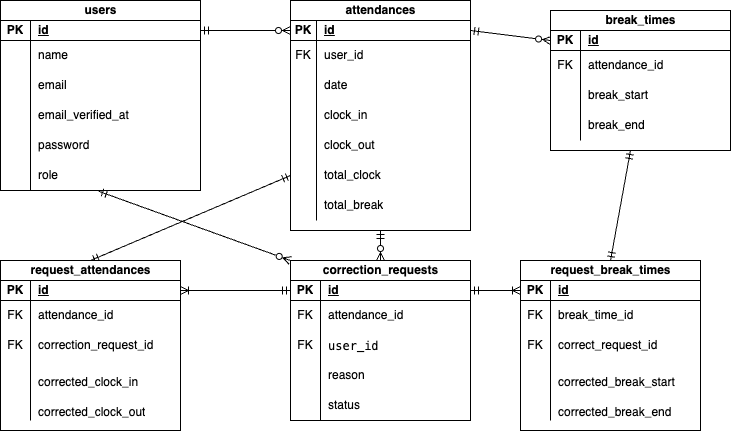
The draw.io diagram mogi2.drawio.png in riku37-create/miyaharariku-mogi2, before a commit. Source tidied: cells renumbered, new cells last; positions are measured from the earlier drawing's top-left corner, leaving out a move shared by most shapes.
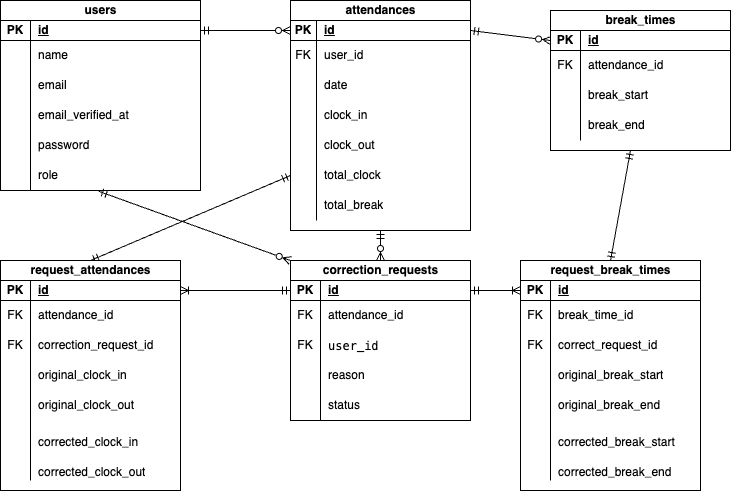
Above is the later version.

Diff of the diagram source:
```diff
@@ -221,7 +221,7 @@
     <mxCell id="74" style="edgeStyle=none;html=1;exitX=0.5;exitY=1;exitDx=0;exitDy=0;entryX=0.5;entryY=0;entryDx=0;entryDy=0;startArrow=ERmandOne;startFill=0;endArrow=ERzeroToMany;endFill=0;" parent="1" edge="1" source="37" target="2">
       <mxGeometry relative="1" as="geometry" />
     </mxCell>
-    <mxCell id="75" style="edgeStyle=none;html=1;exitX=0;exitY=0;exitDx=0;exitDy=0;entryX=0.491;entryY=1.026;entryDx=0;entryDy=0;entryPerimeter=0;startArrow=ERzeroToMany;startFill=0;endArrow=ERmandOne;endFill=0;" parent="1" edge="1" source="2" target="34">
+    <mxCell id="75" style="edgeStyle=none;html=1;entryX=0.491;entryY=1.026;entryDx=0;entryDy=0;entryPerimeter=0;startArrow=ERzeroToMany;startFill=0;endArrow=ERmandOne;endFill=0;exitX=0;exitY=0;exitDx=0;exitDy=0;" parent="1" edge="1" source="2" target="34">
       <mxGeometry relative="1" as="geometry" />
     </mxCell>
     <mxCell id="76" style="edgeStyle=none;html=1;exitX=0.5;exitY=0;exitDx=0;exitDy=0;startArrow=ERmandOne;startFill=0;endArrow=ERmandOne;endFill=0;" parent="1" edge="1" source="77">
@@ -230,7 +230,7 @@
       </mxGeometry>
     </mxCell>
     <mxCell id="77" value="request_break_times" style="shape=table;startSize=20;rowLines=0;fontStyle=1;align=center;html=1;" parent="1" vertex="1">
-      <mxGeometry x="520" y="260" width="180" height="170" as="geometry" />
+      <mxGeometry x="520" y="260" width="180" height="230" as="geometry" />
     </mxCell>
     <mxCell id="78" style="shape=tableRow;horizontal=0;startSize=0;swimlaneHead=0;swimlaneBody=0;fillColor=none;points=[[0,0.5],[1,0.5]];portConstraint=eastwest;top=0;left=0;right=0;bottom=1;" parent="77" vertex="1">
       <mxGeometry y="20" width="180" height="20" as="geometry" />
@@ -259,8 +259,26 @@
     <mxCell id="86" value="correct_request_id" style="shape=partialRectangle;fillColor=none;top=0;left=0;bottom=0;right=0;align=left;spacingLeft=6;overflow=hidden;whiteSpace=wrap;html=1;" parent="84" vertex="1">
       <mxGeometry x="30" width="150" height="30" as="geometry" />
     </mxCell>
+    <mxCell id="112" style="shape=tableRow;horizontal=0;startSize=0;swimlaneHead=0;swimlaneBody=0;fillColor=none;top=0;left=0;right=0;bottom=0;" parent="77" vertex="1">
+      <mxGeometry y="100" width="180" height="30" as="geometry" />
+    </mxCell>
+    <mxCell id="113" style="shape=partialRectangle;fillColor=none;top=0;left=0;bottom=0;right=0;overflow=hidden;whiteSpace=wrap;html=1;" parent="112" vertex="1">
+      <mxGeometry width="30" height="30" as="geometry" />
+    </mxCell>
+    <mxCell id="114" value="original_break_start" style="shape=partialRectangle;fillColor=none;top=0;left=0;bottom=0;right=0;align=left;spacingLeft=6;overflow=hidden;whiteSpace=wrap;html=1;" parent="112" vertex="1">
+      <mxGeometry x="30" width="150" height="30" as="geometry" />
+    </mxCell>
+    <mxCell id="115" style="shape=tableRow;horizontal=0;startSize=0;swimlaneHead=0;swimlaneBody=0;fillColor=none;top=0;left=0;right=0;bottom=0;" parent="77" vertex="1">
+      <mxGeometry y="130" width="180" height="30" as="geometry" />
+    </mxCell>
+    <mxCell id="116" style="shape=partialRectangle;fillColor=none;top=0;left=0;bottom=0;right=0;overflow=hidden;whiteSpace=wrap;html=1;" parent="115" vertex="1">
+      <mxGeometry width="30" height="30" as="geometry" />
+    </mxCell>
+    <mxCell id="117" value="&lt;span style=&quot;color: rgb(0, 0, 0);&quot;&gt;original_break_end&lt;/span&gt;" style="shape=partialRectangle;fillColor=none;top=0;left=0;bottom=0;right=0;align=left;spacingLeft=6;overflow=hidden;whiteSpace=wrap;html=1;" parent="115" vertex="1">
+      <mxGeometry x="30" width="150" height="30" as="geometry" />
+    </mxCell>
     <mxCell id="87" style="shape=tableRow;horizontal=0;startSize=0;swimlaneHead=0;swimlaneBody=0;fillColor=none;top=0;left=0;right=0;bottom=0;" parent="77" vertex="1">
-      <mxGeometry y="100" width="180" height="30" as="geometry" />
+      <mxGeometry y="160" width="180" height="30" as="geometry" />
     </mxCell>
     <mxCell id="88" style="shape=partialRectangle;fillColor=none;top=0;left=0;bottom=0;right=0;overflow=hidden;whiteSpace=wrap;html=1;" parent="87" vertex="1">
       <mxGeometry width="30" height="30" as="geometry" />
@@ -269,7 +287,7 @@
       <mxGeometry x="30" width="150" height="30" as="geometry" />
     </mxCell>
     <mxCell id="90" style="shape=tableRow;horizontal=0;startSize=0;swimlaneHead=0;swimlaneBody=0;fillColor=none;top=0;left=0;right=0;bottom=0;" parent="77" vertex="1">
-      <mxGeometry y="130" width="180" height="30" as="geometry" />
+      <mxGeometry y="190" width="180" height="30" as="geometry" />
     </mxCell>
     <mxCell id="91" style="shape=partialRectangle;fillColor=none;top=0;left=0;bottom=0;right=0;overflow=hidden;whiteSpace=wrap;html=1;" parent="90" vertex="1">
       <mxGeometry width="30" height="30" as="geometry" />
@@ -281,7 +299,7 @@
       <mxGeometry relative="1" as="geometry" />
     </mxCell>
     <mxCell id="94" value="request_attendances" style="shape=table;startSize=20;rowLines=0;fontStyle=1;align=center;html=1;" parent="1" vertex="1">
-      <mxGeometry y="260" width="180" height="170" as="geometry" />
+      <mxGeometry y="260" width="180" height="230" as="geometry" />
     </mxCell>
     <mxCell id="95" style="shape=tableRow;horizontal=0;startSize=0;swimlaneHead=0;swimlaneBody=0;fillColor=none;points=[[0,0.5],[1,0.5]];portConstraint=eastwest;top=0;left=0;right=0;bottom=1;" parent="94" vertex="1">
       <mxGeometry y="20" width="180" height="20" as="geometry" />
@@ -310,8 +328,26 @@
     <mxCell id="103" value="correction_request_id" style="shape=partialRectangle;fillColor=none;top=0;left=0;bottom=0;right=0;align=left;spacingLeft=6;overflow=hidden;whiteSpace=wrap;html=1;" parent="101" vertex="1">
       <mxGeometry x="30" width="150" height="30" as="geometry" />
     </mxCell>
+    <mxCell id="118" style="shape=tableRow;horizontal=0;startSize=0;swimlaneHead=0;swimlaneBody=0;fillColor=none;top=0;left=0;right=0;bottom=0;" parent="94" vertex="1">
+      <mxGeometry y="100" width="180" height="30" as="geometry" />
+    </mxCell>
+    <mxCell id="119" style="shape=partialRectangle;fillColor=none;top=0;left=0;bottom=0;right=0;overflow=hidden;whiteSpace=wrap;html=1;" parent="118" vertex="1">
+      <mxGeometry width="30" height="30" as="geometry" />
+    </mxCell>
+    <mxCell id="120" value="original_clock_in" style="shape=partialRectangle;fillColor=none;top=0;left=0;bottom=0;right=0;align=left;spacingLeft=6;overflow=hidden;whiteSpace=wrap;html=1;" parent="118" vertex="1">
+      <mxGeometry x="30" width="150" height="30" as="geometry" />
+    </mxCell>
+    <mxCell id="121" style="shape=tableRow;horizontal=0;startSize=0;swimlaneHead=0;swimlaneBody=0;fillColor=none;top=0;left=0;right=0;bottom=0;" parent="94" vertex="1">
+      <mxGeometry y="130" width="180" height="30" as="geometry" />
+    </mxCell>
+    <mxCell id="122" style="shape=partialRectangle;fillColor=none;top=0;left=0;bottom=0;right=0;overflow=hidden;whiteSpace=wrap;html=1;" parent="121" vertex="1">
+      <mxGeometry width="30" height="30" as="geometry" />
+    </mxCell>
+    <mxCell id="123" value="original_clock_out" style="shape=partialRectangle;fillColor=none;top=0;left=0;bottom=0;right=0;align=left;spacingLeft=6;overflow=hidden;whiteSpace=wrap;html=1;" parent="121" vertex="1">
+      <mxGeometry x="30" width="150" height="30" as="geometry" />
+    </mxCell>
     <mxCell id="104" style="shape=tableRow;horizontal=0;startSize=0;swimlaneHead=0;swimlaneBody=0;fillColor=none;top=0;left=0;right=0;bottom=0;" parent="94" vertex="1">
-      <mxGeometry y="100" width="180" height="30" as="geometry" />
+      <mxGeometry y="160" width="180" height="30" as="geometry" />
     </mxCell>
     <mxCell id="105" style="shape=partialRectangle;fillColor=none;top=0;left=0;bottom=0;right=0;overflow=hidden;whiteSpace=wrap;html=1;" parent="104" vertex="1">
       <mxGeometry width="30" height="30" as="geometry" />
@@ -320,7 +356,7 @@
       <mxGeometry x="30" width="150" height="30" as="geometry" />
     </mxCell>
     <mxCell id="107" style="shape=tableRow;horizontal=0;startSize=0;swimlaneHead=0;swimlaneBody=0;fillColor=none;top=0;left=0;right=0;bottom=0;" parent="94" vertex="1">
-      <mxGeometry y="130" width="180" height="30" as="geometry" />
+      <mxGeometry y="190" width="180" height="30" as="geometry" />
     </mxCell>
     <mxCell id="108" style="shape=partialRectangle;fillColor=none;top=0;left=0;bottom=0;right=0;overflow=hidden;whiteSpace=wrap;html=1;" parent="107" vertex="1">
       <mxGeometry width="30" height="30" as="geometry" />
```
